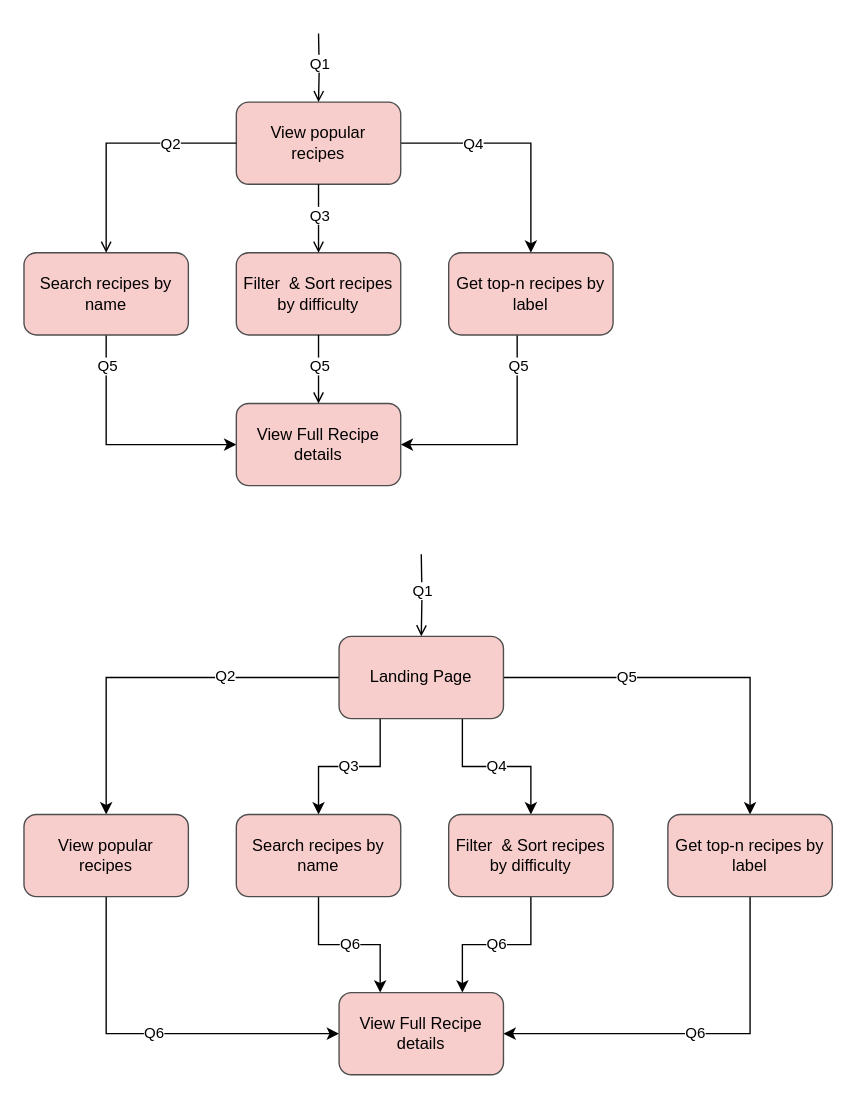
Above: files/Application workflow.drawio in Steliostyl/Big_Data_Project_2023 (draw.io), before the change. Source tidied: cells renumbered, new cells numbered last; positions are measured from the earlier drawing's top-left corner, leaving out a move shared by most shapes. Both pictures are drawn from the tidied source at 137%, with x=0, y=0 at pixel (23, 33).
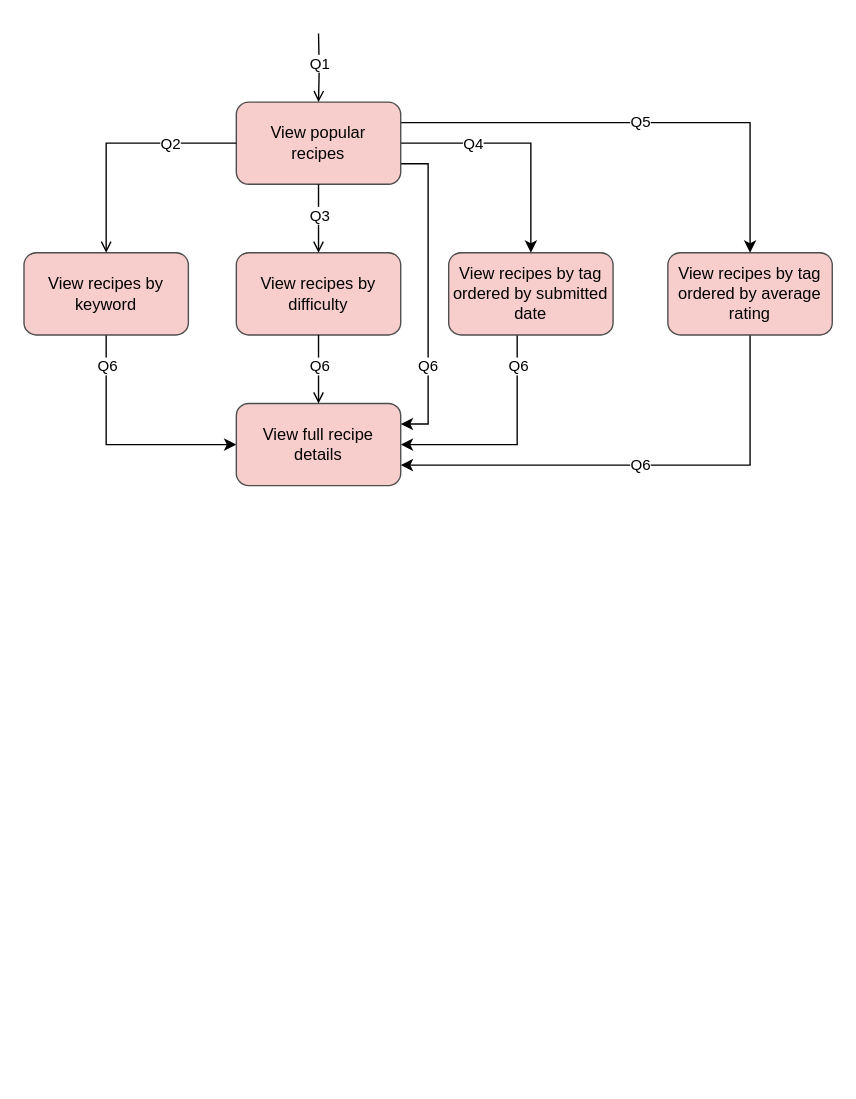
Above is the later version.

Unchanged cells that the change refers to:
```xml
<mxCell id="4" value="View popular&lt;br&gt;recipes" style="rounded=1;whiteSpace=wrap;html=1;fillColor=#f8cecc;strokeColor=#4D4D4D;strokeWidth=1;" parent="1" vertex="1">
  <mxGeometry x="155" y="50" width="120" height="60" as="geometry" />
</mxCell>
<mxCell id="10" style="edgeStyle=orthogonalEdgeStyle;rounded=0;jettySize=auto;html=1;exitX=0.5;exitY=1;exitDx=0;exitDy=0;entryX=0;entryY=0.5;entryDx=0;entryDy=0;" parent="1" edge="1" source="12" target="18">
  <mxGeometry relative="1" as="geometry" />
</mxCell>
<mxCell id="15" style="edgeStyle=orthogonalEdgeStyle;rounded=0;jettySize=auto;html=1;entryX=1;entryY=0.5;entryDx=0;entryDy=0;" parent="1" edge="1" source="17" target="18">
  <mxGeometry relative="1" as="geometry">
    <Array as="points">
      <mxPoint x="360" y="300" />
    </Array>
  </mxGeometry>
</mxCell>
<mxCell id="19" style="edgeStyle=orthogonalEdgeStyle;rounded=0;jettySize=auto;html=1;endArrow=open;endFill=0;entryX=0.5;entryY=0;entryDx=0;entryDy=0;exitX=0.5;exitY=1;exitDx=0;exitDy=0;" parent="1" edge="1" source="7" target="18">
  <mxGeometry relative="1" as="geometry" />
</mxCell>
```

The edit, as a diff of the source:
```diff
@@
+    <mxCell id="38" style="edgeStyle=orthogonalEdgeStyle;rounded=0;jettySize=auto;html=1;exitX=1;exitY=0.75;exitDx=0;exitDy=0;entryX=1;entryY=0.25;entryDx=0;entryDy=0;" parent="1" edge="1" source="4" target="18">
+      <mxGeometry relative="1" as="geometry" />
+    </mxCell>
+    <mxCell id="39" value="Q6" style="edgeLabel;html=1;align=center;verticalAlign=middle;" parent="38" vertex="1">
+      <mxGeometry y="4" relative="1" as="geometry">
+        <mxPoint x="-5" y="52" as="offset" />
+      </mxGeometry>
+    </mxCell>
+    <mxCell id="25" value="Q5" style="edgeStyle=orthogonalEdgeStyle;rounded=0;jettySize=auto;html=1;exitX=1;exitY=0.25;exitDx=0;exitDy=0;entryX=0.5;entryY=0;entryDx=0;entryDy=0;" parent="1" edge="1" source="4" target="41">
+      <mxGeometry relative="1" as="geometry" />
+    </mxCell>
@@
-    <mxCell id="7" value="Filter&amp;nbsp; &amp;amp; Sort recipes by difficulty" style="rounded=1;whiteSpace=wrap;html=1;fillColor=#f8cecc;strokeColor=#4D4D4D;strokeWidth=1;" parent="1" vertex="1">
+    <mxCell id="7" value="View recipes by difficulty" style="rounded=1;whiteSpace=wrap;html=1;fillColor=#f8cecc;strokeColor=#4D4D4D;strokeWidth=1;" parent="1" vertex="1">
       <mxGeometry x="155" y="160" width="120" height="60" as="geometry" />
     </mxCell>
@@
-    <mxCell id="11" value="Q5" style="edgeLabel;html=1;align=center;verticalAlign=middle;fillColor=none;" parent="10" vertex="1">
+    <mxCell id="11" value="Q6" style="edgeLabel;html=1;align=center;verticalAlign=middle;fillColor=none;" parent="10" vertex="1">
       <mxGeometry x="-0.77" relative="1" as="geometry">
         <mxPoint y="2" as="offset" />
       </mxGeometry>
     </mxCell>
-    <mxCell id="12" value="Search recipes by name" style="rounded=1;whiteSpace=wrap;html=1;fillColor=#f8cecc;strokeColor=#4D4D4D;strokeWidth=1;" parent="1" vertex="1">
+    <mxCell id="12" value="View recipes by keyword" style="rounded=1;whiteSpace=wrap;html=1;fillColor=#f8cecc;strokeColor=#4D4D4D;strokeWidth=1;" parent="1" vertex="1">
       <mxGeometry y="160" width="120" height="60" as="geometry" />
     </mxCell>
@@
-    <mxCell id="16" value="Q5" style="edgeLabel;html=1;align=center;verticalAlign=middle;fillColor=none;" parent="15" vertex="1">
+    <mxCell id="16" value="Q6" style="edgeLabel;html=1;align=center;verticalAlign=middle;fillColor=none;" parent="15" vertex="1">
       <mxGeometry x="-0.3" relative="1" as="geometry">
         <mxPoint y="-36" as="offset" />
       </mxGeometry>
     </mxCell>
-    <mxCell id="17" value="Get top-n recipes by label" style="rounded=1;whiteSpace=wrap;html=1;fillColor=#f8cecc;strokeColor=#4D4D4D;strokeWidth=1;" parent="1" vertex="1">
+    <mxCell id="17" value="View recipes by tag ordered by submitted date" style="rounded=1;whiteSpace=wrap;html=1;fillColor=#f8cecc;strokeColor=#4D4D4D;strokeWidth=1;" parent="1" vertex="1">
       <mxGeometry x="310" y="160" width="120" height="60" as="geometry" />
     </mxCell>
-    <mxCell id="18" value="View Full Recipe details" style="rounded=1;whiteSpace=wrap;html=1;fillColor=#f8cecc;strokeColor=#4D4D4D;strokeWidth=1;" parent="1" vertex="1">
+    <mxCell id="18" value="View full recipe details" style="rounded=1;whiteSpace=wrap;html=1;fillColor=#f8cecc;strokeColor=#4D4D4D;strokeWidth=1;" parent="1" vertex="1">
       <mxGeometry x="155" y="270" width="120" height="60" as="geometry" />
     </mxCell>
@@
-    <mxCell id="20" value="Q5" style="edgeLabel;html=1;align=center;verticalAlign=middle;fillColor=none;" parent="19" vertex="1">
+    <mxCell id="20" value="Q6" style="edgeLabel;html=1;align=center;verticalAlign=middle;fillColor=none;" parent="19" vertex="1">
       <mxGeometry x="-0.12" relative="1" as="geometry" />
     </mxCell>
-    <mxCell id="21" style="edgeStyle=orthogonalEdgeStyle;rounded=0;jettySize=auto;html=1;entryX=0.5;entryY=0;entryDx=0;entryDy=0;" parent="1" edge="1" source="26" target="32">
-      <mxGeometry relative="1" as="geometry" />
-    </mxCell>
-    <mxCell id="22" value="Q2" style="edgeLabel;html=1;align=center;verticalAlign=middle;" parent="21" vertex="1">
-      <mxGeometry x="-0.38" y="-2" relative="1" as="geometry" />
-    </mxCell>
-    <mxCell id="23" value="Q3" style="edgeStyle=orthogonalEdgeStyle;rounded=0;jettySize=auto;html=1;entryX=0.5;entryY=0;entryDx=0;entryDy=0;exitX=0.25;exitY=1;exitDx=0;exitDy=0;" parent="1" edge="1" source="26" target="30">
-      <mxGeometry relative="1" as="geometry" />
-    </mxCell>
-    <mxCell id="24" value="Q4" style="edgeStyle=orthogonalEdgeStyle;rounded=0;jettySize=auto;html=1;exitX=0.75;exitY=1;exitDx=0;exitDy=0;entryX=0.5;entryY=0;entryDx=0;entryDy=0;" parent="1" edge="1" source="26" target="34">
-      <mxGeometry relative="1" as="geometry" />
-    </mxCell>
-    <mxCell id="25" value="Q5" style="edgeStyle=orthogonalEdgeStyle;rounded=0;jettySize=auto;html=1;entryX=0.5;entryY=0;entryDx=0;entryDy=0;" parent="1" edge="1" source="26" target="37">
-      <mxGeometry x="-0.36" relative="1" as="geometry" />
-    </mxCell>
-    <mxCell id="26" value="Landing Page" style="rounded=1;whiteSpace=wrap;html=1;fillColor=#f8cecc;strokeColor=#4D4D4D;strokeWidth=1;" parent="1" vertex="1">
-      <mxGeometry x="230" y="440" width="120" height="60" as="geometry" />
-    </mxCell>
-    <mxCell id="27" style="edgeStyle=orthogonalEdgeStyle;rounded=0;jettySize=auto;html=1;endArrow=open;endFill=0;entryX=0.5;entryY=0;entryDx=0;entryDy=0;" parent="1" edge="1" target="26">
-      <mxGeometry relative="1" as="geometry">
-        <mxPoint x="290" y="380" as="sourcePoint" />
-      </mxGeometry>
-    </mxCell>
-    <mxCell id="28" value="Q1" style="edgeLabel;html=1;align=center;verticalAlign=middle;" parent="27" vertex="1">
-      <mxGeometry x="-0.12" relative="1" as="geometry" />
-    </mxCell>
-    <mxCell id="29" value="Q6" style="edgeStyle=orthogonalEdgeStyle;rounded=0;jettySize=auto;html=1;entryX=0.25;entryY=0;entryDx=0;entryDy=0;" parent="1" edge="1" source="30" target="35">
-      <mxGeometry relative="1" as="geometry" />
-    </mxCell>
-    <mxCell id="30" value="Search recipes by name" style="rounded=1;whiteSpace=wrap;html=1;fillColor=#f8cecc;strokeColor=#4D4D4D;strokeWidth=1;" parent="1" vertex="1">
-      <mxGeometry x="155" y="570" width="120" height="60" as="geometry" />
-    </mxCell>
-    <mxCell id="31" value="Q6" style="edgeStyle=orthogonalEdgeStyle;rounded=0;jettySize=auto;html=1;entryX=0;entryY=0.5;entryDx=0;entryDy=0;" parent="1" edge="1" source="32" target="35">
-      <mxGeometry relative="1" as="geometry">
-        <Array as="points">
-          <mxPoint x="60" y="730" />
-        </Array>
-      </mxGeometry>
-    </mxCell>
-    <mxCell id="32" value="View popular&lt;br style=&quot;border-color: var(--border-color);&quot;&gt;recipes" style="rounded=1;whiteSpace=wrap;html=1;fillColor=#f8cecc;strokeColor=#4D4D4D;strokeWidth=1;" parent="1" vertex="1">
-      <mxGeometry y="570" width="120" height="60" as="geometry" />
-    </mxCell>
-    <mxCell id="33" value="Q6" style="edgeStyle=orthogonalEdgeStyle;rounded=0;jettySize=auto;html=1;entryX=0.75;entryY=0;entryDx=0;entryDy=0;" parent="1" edge="1" source="34" target="35">
-      <mxGeometry relative="1" as="geometry" />
-    </mxCell>
-    <mxCell id="34" value="Filter&amp;nbsp; &amp;amp; Sort recipes by difficulty" style="rounded=1;whiteSpace=wrap;html=1;fillColor=#f8cecc;strokeColor=#4D4D4D;strokeWidth=1;" parent="1" vertex="1">
-      <mxGeometry x="310" y="570" width="120" height="60" as="geometry" />
-    </mxCell>
-    <mxCell id="35" value="View Full Recipe details" style="rounded=1;whiteSpace=wrap;html=1;fillColor=#f8cecc;strokeColor=#4D4D4D;strokeWidth=1;" parent="1" vertex="1">
-      <mxGeometry x="230" y="700" width="120" height="60" as="geometry" />
-    </mxCell>
-    <mxCell id="36" value="Q6" style="edgeStyle=orthogonalEdgeStyle;rounded=0;jettySize=auto;html=1;entryX=1;entryY=0.5;entryDx=0;entryDy=0;" parent="1" edge="1" source="37" target="35">
-      <mxGeometry relative="1" as="geometry">
-        <Array as="points">
-          <mxPoint x="530" y="730" />
-        </Array>
-      </mxGeometry>
-    </mxCell>
-    <mxCell id="37" value="Get top-n recipes by label" style="rounded=1;whiteSpace=wrap;html=1;fillColor=#f8cecc;strokeColor=#4D4D4D;strokeWidth=1;" parent="1" vertex="1">
-      <mxGeometry x="470" y="570" width="120" height="60" as="geometry" />
-    </mxCell>
+    <mxCell id="40" value="Q6" style="edgeStyle=orthogonalEdgeStyle;rounded=0;jettySize=auto;html=1;exitX=0.5;exitY=1;exitDx=0;exitDy=0;entryX=1;entryY=0.75;entryDx=0;entryDy=0;" parent="1" edge="1" source="41" target="18">
+      <mxGeometry relative="1" as="geometry" />
+    </mxCell>
+    <mxCell id="41" value="View recipes by tag ordered by average rating" style="rounded=1;whiteSpace=wrap;html=1;fillColor=#f8cecc;strokeColor=#4D4D4D;strokeWidth=1;" parent="1" vertex="1">
+      <mxGeometry x="470" y="160" width="120" height="60" as="geometry" />
+    </mxCell>
```
